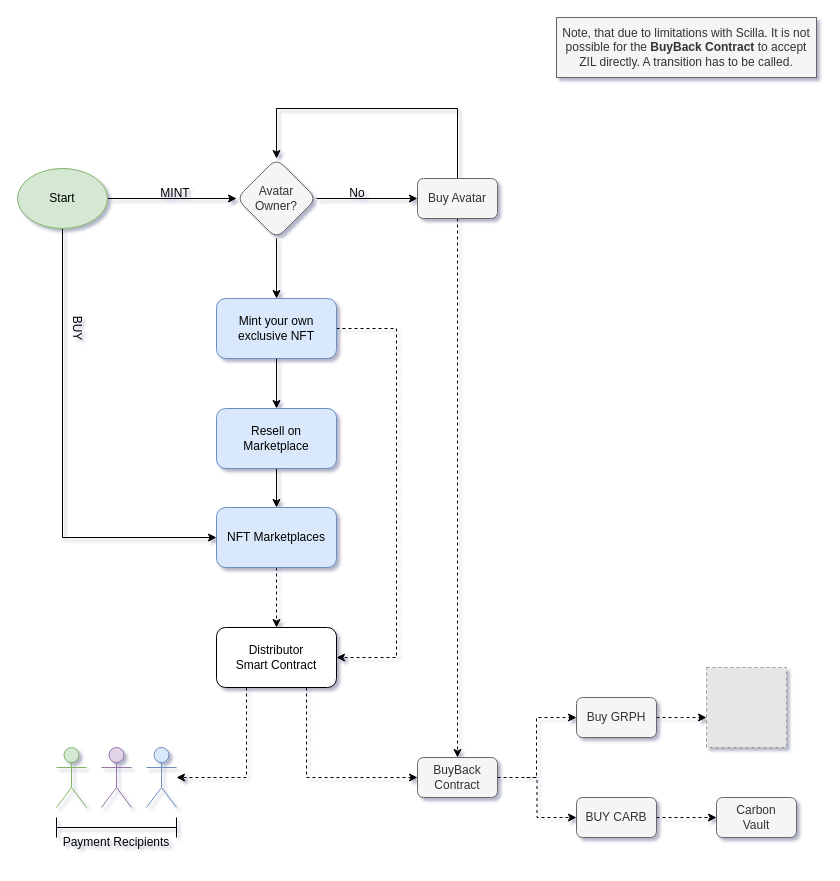
Above: CryptoKiwisSaleFlow.drawio in Carbon-Labs/Diagrams (draw.io), before the change. Source tidied: cells renumbered, new cells numbered last; positions are measured from the earlier drawing's top-left corner, leaving out a move shared by most shapes. Both pictures are drawn from the tidied source at 100%, with x=0, y=0 at pixel (17, 17). Pictures stored in the file or linked from it are replaced by grey dashed boxes.
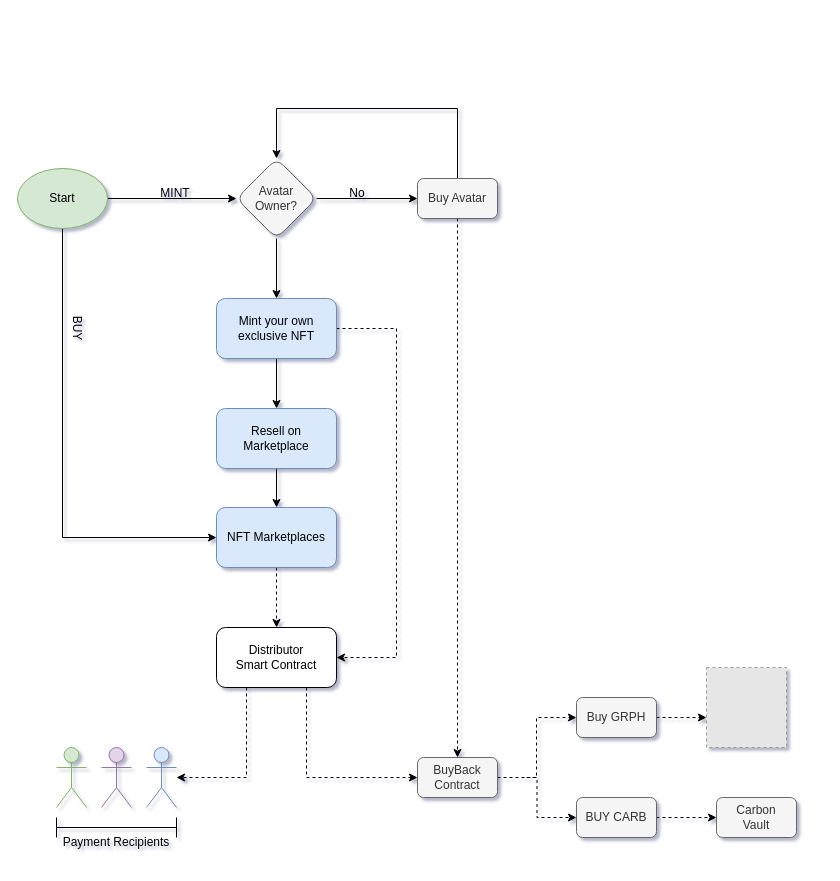
Above is the later version.

Change to the diagram source:
```diff
@@
-    <mxCell id="38" value="Note, that due to limitations with Scilla. It is not possible for the &lt;b&gt;BuyBack&lt;/b&gt; &lt;b&gt;Contract&lt;/b&gt; to accept ZIL directly. A transition has to be called." style="text;html=1;strokeColor=#666666;fillColor=#f5f5f5;align=center;verticalAlign=middle;whiteSpace=wrap;rounded=0;fontColor=#333333;" parent="1" vertex="1">
-      <mxGeometry x="539" width="260" height="60" as="geometry" />
-    </mxCell>
```
